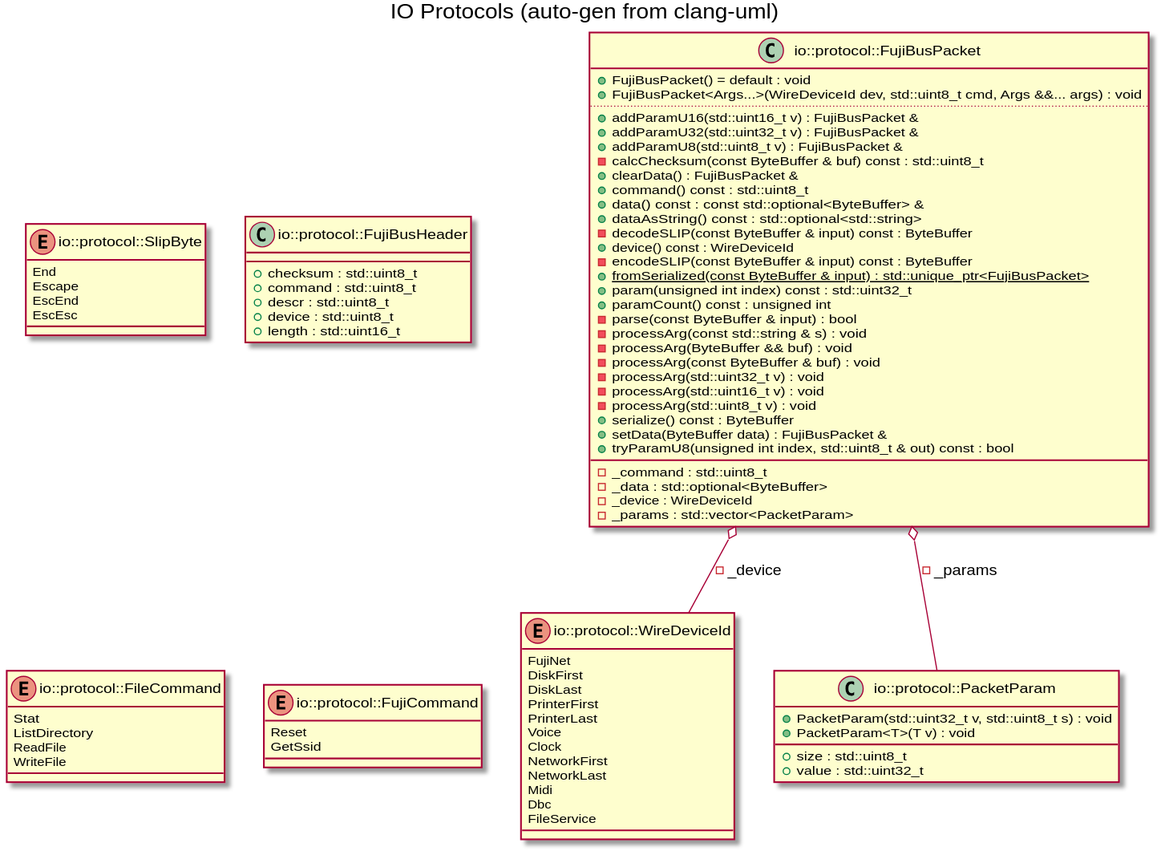
Before: docs/images/gen_io_protocol.svg, a diagram exported from PlantUML (markjfisher/fujinet-nio).
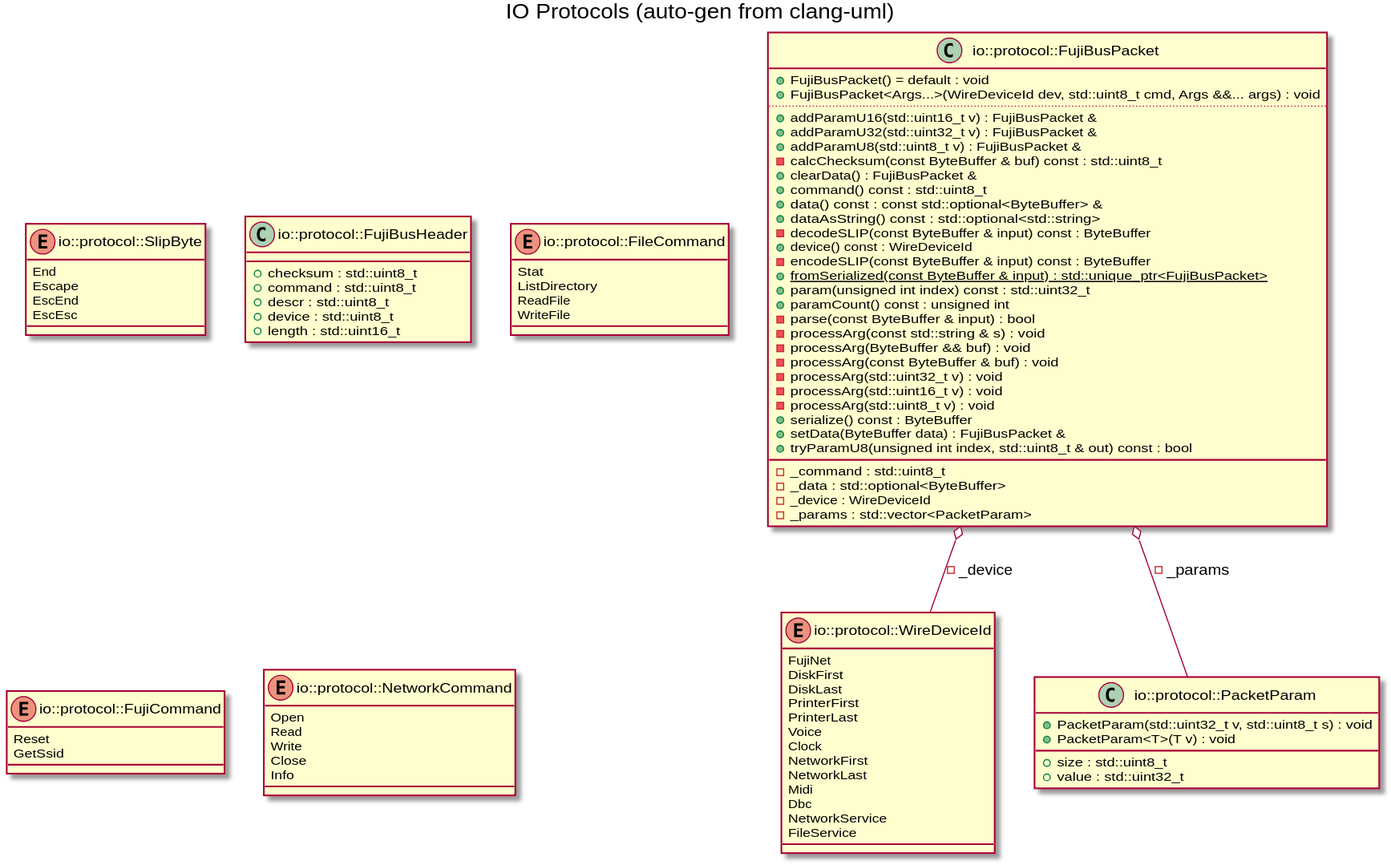
The same file after the commit.

The edit, as a diff of the source:
```diff
@@ -13,6 +13,7 @@
 NetworkLast
 Midi
 Dbc
+NetworkService
 FileService
 }
 enum "io::protocol::SlipByte" as C_0010627602090167488081
@@ -86,6 +87,14 @@
 Reset
 GetSsid
 }
+enum "io::protocol::NetworkCommand" as C_0007700754280455587098
+enum C_0007700754280455587098 {
+Open
+Read
+Write
+Close
+Info
+}
 C_0017232777488057089840 o-- C_0015225225004340369839 : -_device
 C_0017232777488057089840 o-- C_0003277087640557799971 : -_params
 
```
